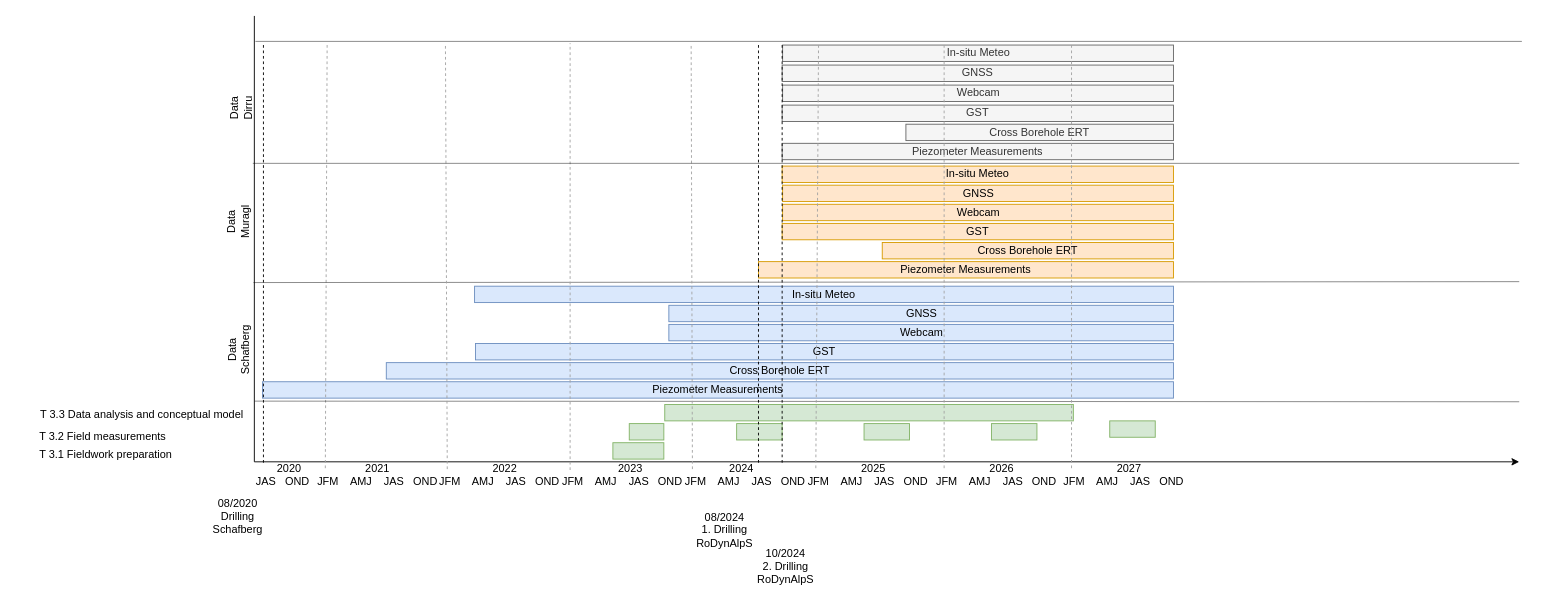
Before: TimeLineRoDynAlpS.drawio in mli2140/mli2140, a draw.io diagram. Source tidied: cells renumbered, new cells numbered last; positions are measured from the earlier drawing's top-left corner, leaving out a move shared by most shapes. Both pictures are drawn from the tidied source at 91%, with x=0, y=0 at pixel (37, 15).
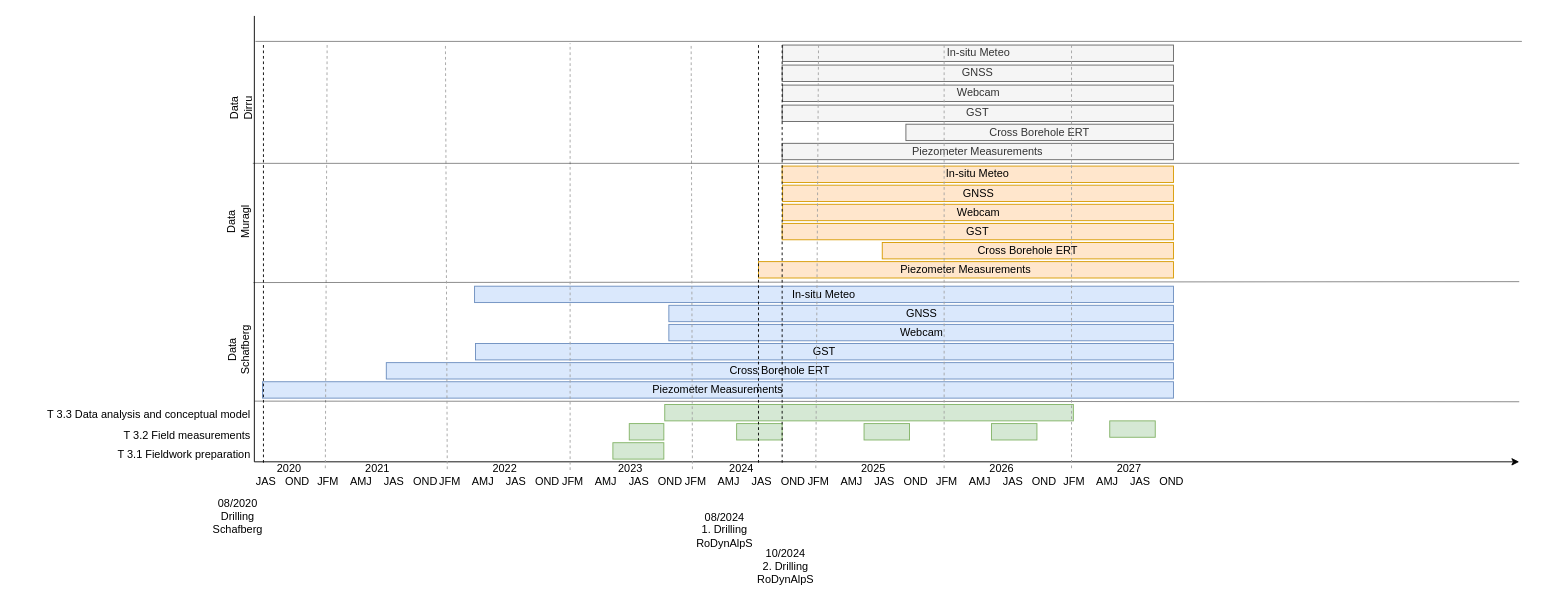
The same diagram, later.

What changed in the source:
```diff
@@
-    <mxCell id="46" value="T 3.1 Fieldwork preparation" style="text;whiteSpace=wrap;html=1;" parent="1" vertex="1">
-      <mxGeometry y="468" width="180" height="40" as="geometry" />
+    <mxCell id="46" value="T 3.1 Fieldwork preparation" style="text;whiteSpace=wrap;html=1;align=right;" parent="1" vertex="1">
+      <mxGeometry x="56" y="468" width="180" height="40" as="geometry" />
     </mxCell>
@@
-    <mxCell id="48" value="T 3.3 Data analysis and conceptual model" style="text;whiteSpace=wrap;html=1;" parent="1" vertex="1">
-      <mxGeometry x="1" y="424" width="260" height="40" as="geometry" />
+    <mxCell id="48" value="T 3.3 Data analysis and conceptual model" style="text;whiteSpace=wrap;html=1;align=right;" parent="1" vertex="1">
+      <mxGeometry x="-24" y="424" width="260" height="40" as="geometry" />
     </mxCell>
-    <mxCell id="49" value="T 3.2 Field measurements" style="text;whiteSpace=wrap;html=1;" parent="1" vertex="1">
-      <mxGeometry y="448" width="180" height="35" as="geometry" />
+    <mxCell id="49" value="T 3.2 Field measurements" style="text;whiteSpace=wrap;html=1;align=right;" parent="1" vertex="1">
+      <mxGeometry x="56" y="447" width="180" height="35" as="geometry" />
     </mxCell>
```
